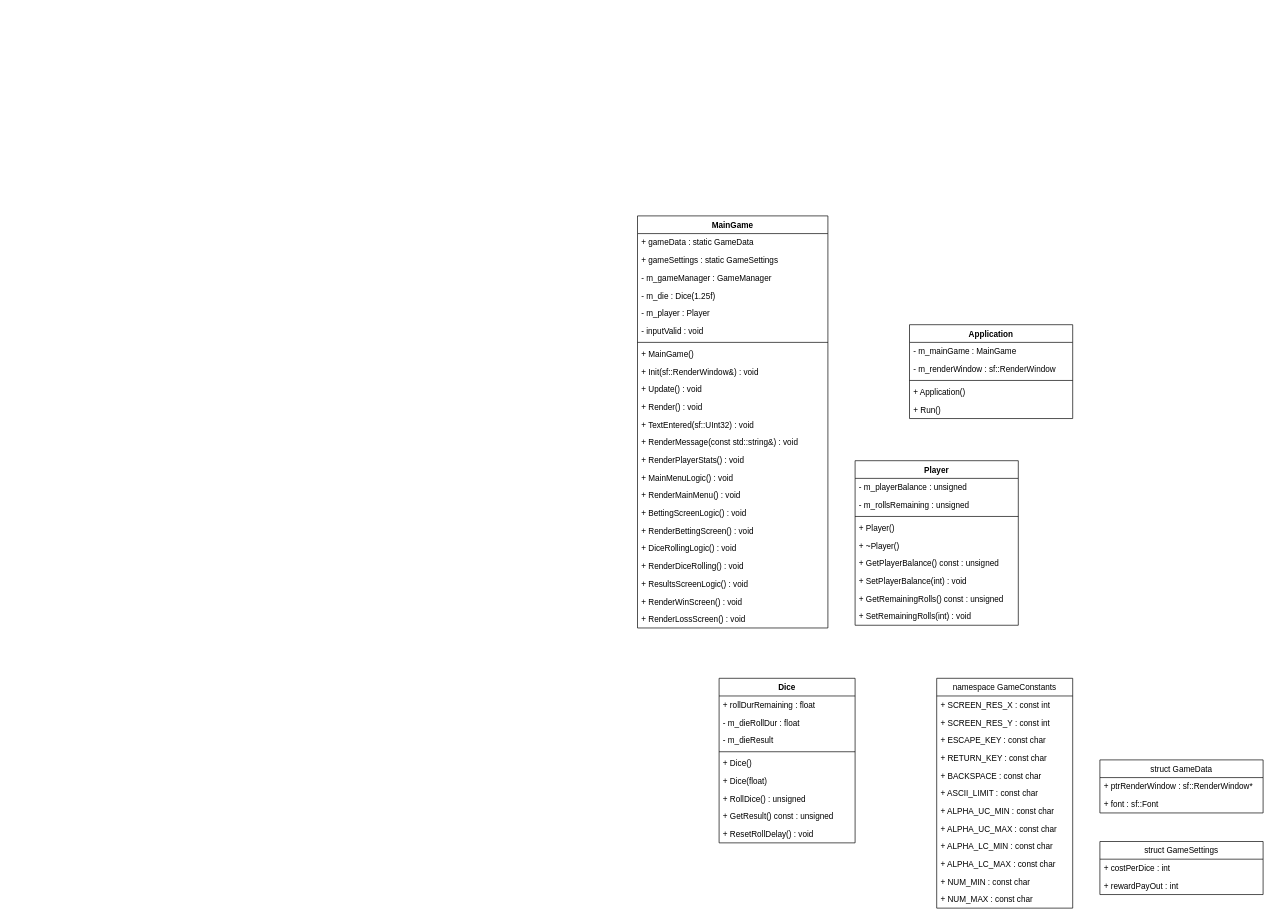
This is Documentation/Sixes Relationship Diagram.drawio from CameronSoal-SHU/Sixes-Game-SFML, a draw.io file, before an edit. Source tidied: cells renumbered, new cells numbered last; positions are measured from the earlier drawing's top-left corner, leaving out a move shared by most shapes. Both pictures are drawn from the tidied source at 68%, with x=0, y=0 at pixel (637, 216).
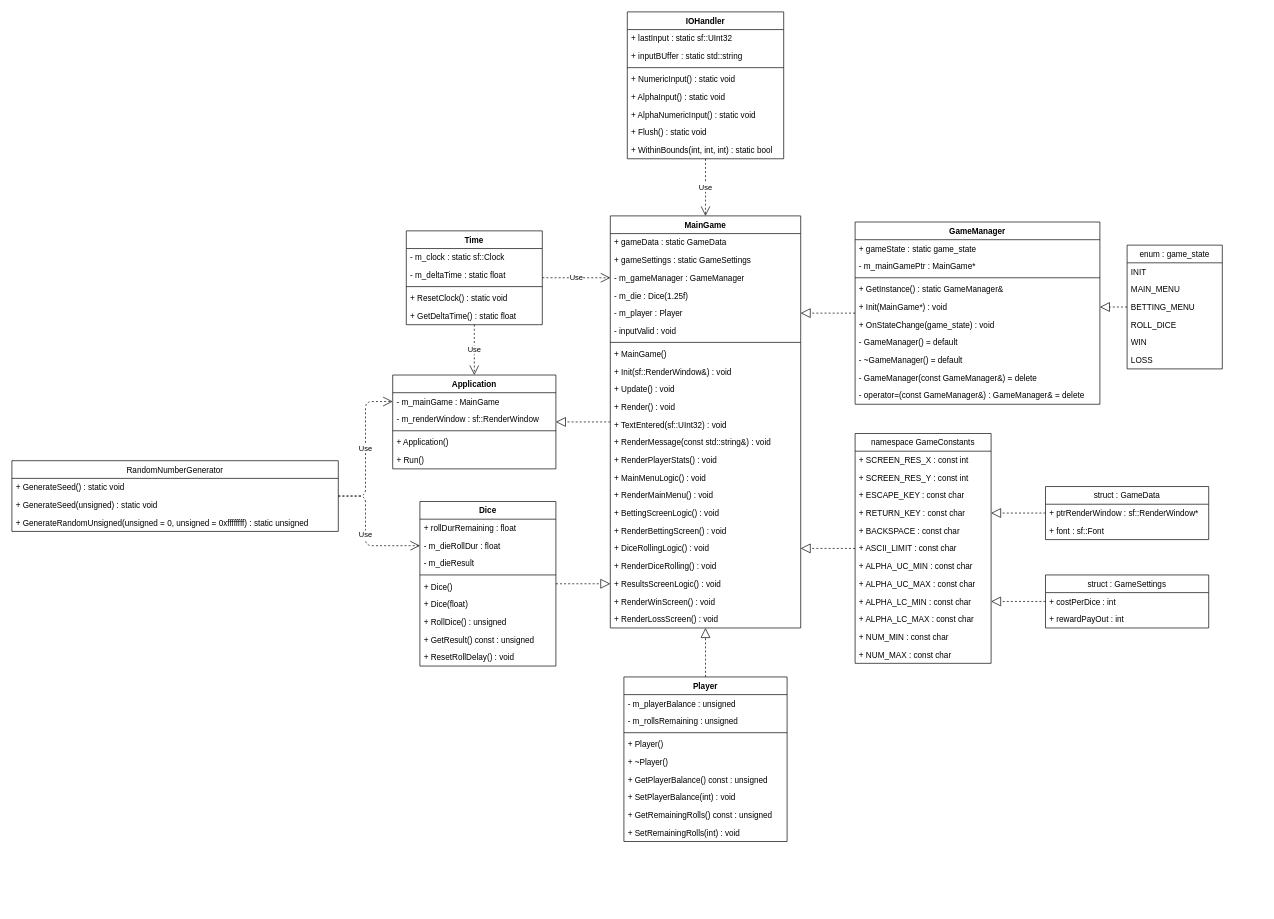
The same page after the edit.

The change refers to these unchanged cells:
```xml
<mxCell id="3" value="- m_mainGame : MainGame" style="text;strokeColor=none;fillColor=none;align=left;verticalAlign=top;spacingLeft=4;spacingRight=4;overflow=hidden;points=[[0,0.5],[1,0.5]];portConstraint=eastwest;" parent="2" vertex="1">
  <mxGeometry y="26" width="240" height="26" as="geometry" />
</mxCell>
<mxCell id="11" value="- m_gameManager : GameManager" style="text;strokeColor=none;fillColor=none;align=left;verticalAlign=top;spacingLeft=4;spacingRight=4;overflow=hidden;points=[[0,0.5],[1,0.5]];portConstraint=eastwest;" parent="8" vertex="1">
  <mxGeometry y="78" width="280" height="26" as="geometry" />
</mxCell>
<mxCell id="13" value="- m_player : Player" style="text;strokeColor=none;fillColor=none;align=left;verticalAlign=top;spacingLeft=4;spacingRight=4;overflow=hidden;points=[[0,0.5],[1,0.5]];portConstraint=eastwest;" parent="8" vertex="1">
  <mxGeometry y="130" width="280" height="26" as="geometry" />
</mxCell>
<mxCell id="27" value="+ DiceRollingLogic() : void" style="text;strokeColor=none;fillColor=none;align=left;verticalAlign=top;spacingLeft=4;spacingRight=4;overflow=hidden;points=[[0,0.5],[1,0.5]];portConstraint=eastwest;" parent="8" vertex="1">
  <mxGeometry y="476" width="280" height="26" as="geometry" />
</mxCell>
<mxCell id="29" value="+ ResultsScreenLogic() : void" style="text;strokeColor=none;fillColor=none;align=left;verticalAlign=top;spacingLeft=4;spacingRight=4;overflow=hidden;points=[[0,0.5],[1,0.5]];portConstraint=eastwest;" parent="8" vertex="1">
  <mxGeometry y="528" width="280" height="26" as="geometry" />
</mxCell>
<mxCell id="44" value="- m_dieRollDur : float" style="text;strokeColor=none;fillColor=none;align=left;verticalAlign=top;spacingLeft=4;spacingRight=4;overflow=hidden;points=[[0,0.5],[1,0.5]];portConstraint=eastwest;" parent="42" vertex="1">
  <mxGeometry y="52" width="200" height="26" as="geometry" />
</mxCell>
<mxCell id="56" value="+ RETURN_KEY : const char" style="text;strokeColor=none;fillColor=none;align=left;verticalAlign=top;spacingLeft=4;spacingRight=4;overflow=hidden;points=[[0,0.5],[1,0.5]];portConstraint=eastwest;" parent="52" vertex="1">
  <mxGeometry y="104" width="200" height="26" as="geometry" />
</mxCell>
<mxCell id="61" value="+ ALPHA_LC_MIN : const char" style="text;strokeColor=none;fillColor=none;align=left;verticalAlign=top;spacingLeft=4;spacingRight=4;overflow=hidden;points=[[0,0.5],[1,0.5]];portConstraint=eastwest;" parent="52" vertex="1">
  <mxGeometry y="234" width="200" height="26" as="geometry" />
</mxCell>
```

Change to the diagram source:
```diff
@@
     <mxCell id="2" value="Application" style="swimlane;fontStyle=1;align=center;verticalAlign=top;horizontal=1;startSize=26;" parent="1" vertex="1">
-      <mxGeometry x="400" y="160" width="240" height="138" as="geometry" />
+      <mxGeometry x="-360" y="234" width="240" height="138" as="geometry" />
     </mxCell>
@@
     <mxCell id="8" value="MainGame" style="swimlane;fontStyle=1;align=center;verticalAlign=top;horizontal=1;startSize=26;" parent="1" vertex="1">
-      <mxGeometry width="280" height="606" as="geometry" />
+      <mxGeometry x="-40" width="280" height="606" as="geometry" />
     </mxCell>
@@
     <mxCell id="32" value="Player" style="swimlane;fontStyle=1;align=center;verticalAlign=top;horizontal=1;startSize=26;" parent="1" vertex="1">
-      <mxGeometry x="320" y="360" width="240" height="242" as="geometry" />
+      <mxGeometry x="-20" y="678" width="240" height="242" as="geometry" />
     </mxCell>
@@
     <mxCell id="42" value="Dice" style="swimlane;fontStyle=1;align=center;verticalAlign=top;horizontal=1;startSize=26;" parent="1" vertex="1">
-      <mxGeometry x="120" y="680" width="200" height="242" as="geometry" />
+      <mxGeometry x="-320" y="420" width="200" height="242" as="geometry" />
     </mxCell>
@@
     <mxCell id="52" value="namespace GameConstants" style="swimlane;fontStyle=0;horizontal=1;startSize=26;fillColor=none;" parent="1" vertex="1">
-      <mxGeometry x="440" y="680" width="200" height="338" as="geometry" />
+      <mxGeometry x="320" y="320" width="200" height="338" as="geometry" />
     </mxCell>
@@
-    <mxCell id="65" value="struct GameData" style="swimlane;fontStyle=0;horizontal=1;startSize=26;fillColor=none;" parent="1" vertex="1">
-      <mxGeometry x="680" y="800" width="240" height="78" as="geometry" />
+    <mxCell id="65" value="struct : GameData" style="swimlane;fontStyle=0;horizontal=1;startSize=26;fillColor=none;" parent="1" vertex="1">
+      <mxGeometry x="600" y="398" width="240" height="78" as="geometry" />
     </mxCell>
@@
-    <mxCell id="68" value="struct GameSettings" style="swimlane;fontStyle=0;horizontal=1;startSize=26;fillColor=none;" parent="1" vertex="1">
-      <mxGeometry x="680" y="920" width="240" height="78" as="geometry" />
+    <mxCell id="68" value="struct : GameSettings" style="swimlane;fontStyle=0;horizontal=1;startSize=26;fillColor=none;" parent="1" vertex="1">
+      <mxGeometry x="600" y="528" width="240" height="78" as="geometry" />
     </mxCell>
@@
+    <mxCell id="71" value="GameManager" style="swimlane;fontStyle=1;align=center;verticalAlign=top;horizontal=1;startSize=26;" parent="1" vertex="1">
+      <mxGeometry x="320" y="9" width="360" height="268" as="geometry" />
+    </mxCell>
+    <mxCell id="72" value="+ gameState : static game_state" style="text;strokeColor=none;fillColor=none;align=left;verticalAlign=top;spacingLeft=4;spacingRight=4;overflow=hidden;" parent="71" vertex="1">
+      <mxGeometry y="26" width="360" height="26" as="geometry" />
+    </mxCell>
+    <mxCell id="73" value="- m_mainGamePtr : MainGame*" style="text;strokeColor=none;fillColor=none;align=left;verticalAlign=top;spacingLeft=4;spacingRight=4;overflow=hidden;" parent="71" vertex="1">
+      <mxGeometry y="52" width="360" height="26" as="geometry" />
+    </mxCell>
+    <mxCell id="74" style="line;strokeWidth=1;fillColor=none;align=left;verticalAlign=middle;spacingTop=-1;spacingLeft=3;spacingRight=3;labelPosition=right;" parent="71" vertex="1">
+      <mxGeometry y="78" width="360" height="8" as="geometry" />
+    </mxCell>
+    <mxCell id="75" value="+ GetInstance() : static GameManager&amp;" style="text;strokeColor=none;fillColor=none;align=left;verticalAlign=top;spacingLeft=4;spacingRight=4;overflow=hidden;" parent="71" vertex="1">
+      <mxGeometry y="86" width="360" height="26" as="geometry" />
+    </mxCell>
+    <mxCell id="76" value="+ Init(MainGame*) : void" style="text;strokeColor=none;fillColor=none;align=left;verticalAlign=top;spacingLeft=4;spacingRight=4;overflow=hidden;points=[[0,0.5],[1,0.5]];portConstraint=eastwest;" parent="71" vertex="1">
+      <mxGeometry y="112" width="360" height="26" as="geometry" />
+    </mxCell>
+    <mxCell id="77" value="+ OnStateChange(game_state) : void" style="text;strokeColor=none;fillColor=none;align=left;verticalAlign=top;spacingLeft=4;spacingRight=4;overflow=hidden;" parent="71" vertex="1">
+      <mxGeometry y="138" width="360" height="26" as="geometry" />
+    </mxCell>
+    <mxCell id="78" value="- GameManager() = default" style="text;strokeColor=none;fillColor=none;align=left;verticalAlign=top;spacingLeft=4;spacingRight=4;overflow=hidden;" parent="71" vertex="1">
+      <mxGeometry y="164" width="360" height="26" as="geometry" />
+    </mxCell>
+    <mxCell id="79" value="- ~GameManager() = default" style="text;strokeColor=none;fillColor=none;align=left;verticalAlign=top;spacingLeft=4;spacingRight=4;overflow=hidden;" parent="71" vertex="1">
+      <mxGeometry y="190" width="360" height="26" as="geometry" />
+    </mxCell>
+    <mxCell id="80" value="- GameManager(const GameManager&amp;) = delete" style="text;strokeColor=none;fillColor=none;align=left;verticalAlign=top;spacingLeft=4;spacingRight=4;overflow=hidden;" parent="71" vertex="1">
+      <mxGeometry y="216" width="360" height="26" as="geometry" />
+    </mxCell>
+    <mxCell id="81" value="- operator=(const GameManager&amp;) : GameManager&amp; = delete" style="text;strokeColor=none;fillColor=none;align=left;verticalAlign=top;spacingLeft=4;spacingRight=4;overflow=hidden;" parent="71" vertex="1">
+      <mxGeometry y="242" width="360" height="26" as="geometry" />
+    </mxCell>
+    <mxCell id="82" value="enum : game_state" style="swimlane;fontStyle=0;horizontal=1;startSize=26;fillColor=none;" parent="1" vertex="1">
+      <mxGeometry x="720" y="43" width="140" height="182" as="geometry" />
+    </mxCell>
+    <mxCell id="83" value="INIT" style="text;strokeColor=none;fillColor=none;align=left;verticalAlign=top;spacingLeft=4;spacingRight=4;overflow=hidden;" parent="82" vertex="1">
+      <mxGeometry y="26" width="140" height="26" as="geometry" />
+    </mxCell>
+    <mxCell id="84" value="MAIN_MENU" style="text;strokeColor=none;fillColor=none;align=left;verticalAlign=top;spacingLeft=4;spacingRight=4;overflow=hidden;" parent="82" vertex="1">
+      <mxGeometry y="52" width="140" height="26" as="geometry" />
+    </mxCell>
+    <mxCell id="85" value="BETTING_MENU" style="text;strokeColor=none;fillColor=none;align=left;verticalAlign=top;spacingLeft=4;spacingRight=4;overflow=hidden;" parent="82" vertex="1">
+      <mxGeometry y="78" width="140" height="26" as="geometry" />
+    </mxCell>
+    <mxCell id="86" value="ROLL_DICE" style="text;strokeColor=none;fillColor=none;align=left;verticalAlign=top;spacingLeft=4;spacingRight=4;overflow=hidden;" parent="82" vertex="1">
+      <mxGeometry y="104" width="140" height="26" as="geometry" />
+    </mxCell>
+    <mxCell id="87" value="WIN" style="text;strokeColor=none;fillColor=none;align=left;verticalAlign=top;spacingLeft=4;spacingRight=4;overflow=hidden;" parent="82" vertex="1">
+      <mxGeometry y="130" width="140" height="26" as="geometry" />
+    </mxCell>
+    <mxCell id="88" value="LOSS" style="text;strokeColor=none;fillColor=none;align=left;verticalAlign=top;spacingLeft=4;spacingRight=4;overflow=hidden;" parent="82" vertex="1">
+      <mxGeometry y="156" width="140" height="26" as="geometry" />
+    </mxCell>
+    <mxCell id="89" value="IOHandler" style="swimlane;fontStyle=1;align=center;verticalAlign=top;horizontal=1;startSize=26;" parent="1" vertex="1">
+      <mxGeometry x="-15" y="-300" width="230" height="216" as="geometry" />
+    </mxCell>
+    <mxCell id="90" value="+ lastInput : static sf::UInt32" style="text;strokeColor=none;fillColor=none;align=left;verticalAlign=top;spacingLeft=4;spacingRight=4;overflow=hidden;" parent="89" vertex="1">
+      <mxGeometry y="26" width="230" height="26" as="geometry" />
+    </mxCell>
+    <mxCell id="91" value="+ inputBUffer : static std::string" style="text;strokeColor=none;fillColor=none;align=left;verticalAlign=top;spacingLeft=4;spacingRight=4;overflow=hidden;" parent="89" vertex="1">
+      <mxGeometry y="52" width="230" height="26" as="geometry" />
+    </mxCell>
+    <mxCell id="92" style="line;strokeWidth=1;fillColor=none;align=left;verticalAlign=middle;spacingTop=-1;spacingLeft=3;spacingRight=3;labelPosition=right;" parent="89" vertex="1">
+      <mxGeometry y="78" width="230" height="8" as="geometry" />
+    </mxCell>
+    <mxCell id="93" value="+ NumericInput() : static void" style="text;strokeColor=none;fillColor=none;align=left;verticalAlign=top;spacingLeft=4;spacingRight=4;overflow=hidden;" parent="89" vertex="1">
+      <mxGeometry y="86" width="230" height="26" as="geometry" />
+    </mxCell>
+    <mxCell id="94" value="+ AlphaInput() : static void" style="text;strokeColor=none;fillColor=none;align=left;verticalAlign=top;spacingLeft=4;spacingRight=4;overflow=hidden;" parent="89" vertex="1">
+      <mxGeometry y="112" width="230" height="26" as="geometry" />
+    </mxCell>
+    <mxCell id="95" value="+ AlphaNumericInput() : static void" style="text;strokeColor=none;fillColor=none;align=left;verticalAlign=top;spacingLeft=4;spacingRight=4;overflow=hidden;" parent="89" vertex="1">
+      <mxGeometry y="138" width="230" height="26" as="geometry" />
+    </mxCell>
+    <mxCell id="96" value="+ Flush() : static void" style="text;strokeColor=none;fillColor=none;align=left;verticalAlign=top;spacingLeft=4;spacingRight=4;overflow=hidden;" parent="89" vertex="1">
+      <mxGeometry y="164" width="230" height="26" as="geometry" />
+    </mxCell>
+    <mxCell id="97" value="+ WithinBounds(int, int, int) : static bool" style="text;strokeColor=none;fillColor=none;align=left;verticalAlign=top;spacingLeft=4;spacingRight=4;overflow=hidden;" parent="89" vertex="1">
+      <mxGeometry y="190" width="230" height="26" as="geometry" />
+    </mxCell>
+    <mxCell id="98" value="RandomNumberGenerator" style="swimlane;fontStyle=0;horizontal=1;startSize=26;fillColor=none;" parent="1" vertex="1">
+      <mxGeometry x="-920" y="360" width="480" height="104" as="geometry" />
+    </mxCell>
+    <mxCell id="99" value="+ GenerateSeed() : static void" style="text;strokeColor=none;fillColor=none;align=left;verticalAlign=top;spacingLeft=4;spacingRight=4;overflow=hidden;" parent="98" vertex="1">
+      <mxGeometry y="26" width="480" height="26" as="geometry" />
+    </mxCell>
+    <mxCell id="100" value="+ GenerateSeed(unsigned) : static void" style="text;strokeColor=none;fillColor=none;align=left;verticalAlign=top;spacingLeft=4;spacingRight=4;overflow=hidden;" parent="98" vertex="1">
+      <mxGeometry y="52" width="480" height="26" as="geometry" />
+    </mxCell>
+    <mxCell id="101" value="+ GenerateRandomUnsigned(unsigned = 0, unsigned = 0xffffffff) : static unsigned" style="text;strokeColor=none;fillColor=none;align=left;verticalAlign=top;spacingLeft=4;spacingRight=4;overflow=hidden;" parent="98" vertex="1">
+      <mxGeometry y="78" width="480" height="26" as="geometry" />
+    </mxCell>
+    <mxCell id="102" value="Time" style="swimlane;fontStyle=1;align=center;verticalAlign=top;horizontal=1;startSize=26;" parent="1" vertex="1">
+      <mxGeometry x="-340" y="22" width="200" height="138" as="geometry" />
+    </mxCell>
+    <mxCell id="103" value="- m_clock : static sf::Clock" style="text;strokeColor=none;fillColor=none;align=left;verticalAlign=top;spacingLeft=4;spacingRight=4;overflow=hidden;" parent="102" vertex="1">
+      <mxGeometry y="26" width="200" height="26" as="geometry" />
+    </mxCell>
+    <mxCell id="104" value="- m_deltaTime : static float" style="text;strokeColor=none;fillColor=none;align=left;verticalAlign=top;spacingLeft=4;spacingRight=4;overflow=hidden;" parent="102" vertex="1">
+      <mxGeometry y="52" width="200" height="26" as="geometry" />
+    </mxCell>
+    <mxCell id="105" style="line;strokeWidth=1;fillColor=none;align=left;verticalAlign=middle;spacingTop=-1;spacingLeft=3;spacingRight=3;labelPosition=right;" parent="102" vertex="1">
+      <mxGeometry y="78" width="200" height="8" as="geometry" />
+    </mxCell>
+    <mxCell id="106" value="+ ResetClock() : static void" style="text;strokeColor=none;fillColor=none;align=left;verticalAlign=top;spacingLeft=4;spacingRight=4;overflow=hidden;" parent="102" vertex="1">
+      <mxGeometry y="86" width="200" height="26" as="geometry" />
+    </mxCell>
+    <mxCell id="107" value="+ GetDeltaTime() : static float" style="text;strokeColor=none;fillColor=none;align=left;verticalAlign=top;spacingLeft=4;spacingRight=4;overflow=hidden;" parent="102" vertex="1">
+      <mxGeometry y="112" width="200" height="26" as="geometry" />
+    </mxCell>
+    <mxCell id="108" style="endArrow=block;dashed=1;endFill=0;endSize=12;html=1;" parent="1" edge="1" source="8" target="2">
+      <mxGeometry relative="1" as="geometry" />
+    </mxCell>
+    <mxCell id="109" style="endArrow=block;dashed=1;endFill=0;endSize=12;html=1;entryX=1;entryY=0.5;entryDx=0;entryDy=0;" parent="1" edge="1" source="71" target="13">
+      <mxGeometry relative="1" as="geometry" />
+    </mxCell>
+    <mxCell id="110" style="endArrow=block;dashed=1;endFill=0;endSize=12;html=1;" parent="1" edge="1" source="52" target="27">
+      <mxGeometry relative="1" as="geometry" />
+    </mxCell>
+    <mxCell id="111" style="endArrow=block;dashed=1;endFill=0;endSize=12;html=1;" parent="1" edge="1" source="32" target="8">
+      <mxGeometry relative="1" as="geometry" />
+    </mxCell>
+    <mxCell id="112" style="endArrow=block;dashed=1;endFill=0;endSize=12;html=1;entryX=0;entryY=0.5;entryDx=0;entryDy=0;" parent="1" edge="1" source="42" target="29">
+      <mxGeometry relative="1" as="geometry" />
+    </mxCell>
+    <mxCell id="113" style="endArrow=block;dashed=1;endFill=0;endSize=12;html=1;entryX=1;entryY=0.5;entryDx=0;entryDy=0;" parent="1" edge="1" source="65" target="56">
+      <mxGeometry relative="1" as="geometry" />
+    </mxCell>
+    <mxCell id="114" style="endArrow=block;dashed=1;endFill=0;endSize=12;html=1;entryX=1;entryY=0.5;entryDx=0;entryDy=0;" parent="1" edge="1" source="68" target="61">
+      <mxGeometry relative="1" as="geometry" />
+    </mxCell>
+    <mxCell id="115" style="endArrow=block;dashed=1;endFill=0;endSize=12;html=1;entryX=1;entryY=0.5;entryDx=0;entryDy=0;" parent="1" edge="1" source="82" target="76">
+      <mxGeometry relative="1" as="geometry" />
+    </mxCell>
+    <mxCell id="116" value="Use" style="endArrow=open;endSize=12;dashed=1;html=1;entryX=0;entryY=0.5;entryDx=0;entryDy=0;" parent="1" edge="1" source="98" target="3">
+      <mxGeometry relative="1" as="geometry">
+        <Array as="points">
+          <mxPoint x="-400" y="412" />
+          <mxPoint x="-400" y="273" />
+        </Array>
+      </mxGeometry>
+    </mxCell>
+    <mxCell id="117" value="Use" style="endArrow=open;endSize=12;dashed=1;html=1;entryX=0;entryY=0.5;entryDx=0;entryDy=0;" parent="1" edge="1" source="98" target="44">
+      <mxGeometry relative="1" as="geometry">
+        <Array as="points">
+          <mxPoint x="-400" y="412" />
+          <mxPoint x="-400" y="485" />
+        </Array>
+      </mxGeometry>
+    </mxCell>
+    <mxCell id="118" value="Use" style="endArrow=open;endSize=12;dashed=1;html=1;entryX=0.5;entryY=0;entryDx=0;entryDy=0;" parent="1" edge="1" source="102" target="2">
+      <mxGeometry relative="1" as="geometry" />
+    </mxCell>
+    <mxCell id="119" value="Use" style="endArrow=open;endSize=12;dashed=1;html=1;entryX=0;entryY=0.5;entryDx=0;entryDy=0;" parent="1" edge="1" source="102" target="11">
+      <mxGeometry relative="1" as="geometry" />
+    </mxCell>
+    <mxCell id="120" value="Use" style="endArrow=open;endSize=12;dashed=1;html=1;entryX=0.5;entryY=0;entryDx=0;entryDy=0;" parent="1" edge="1" source="89" target="8">
+      <mxGeometry relative="1" as="geometry" />
+    </mxCell>
```
